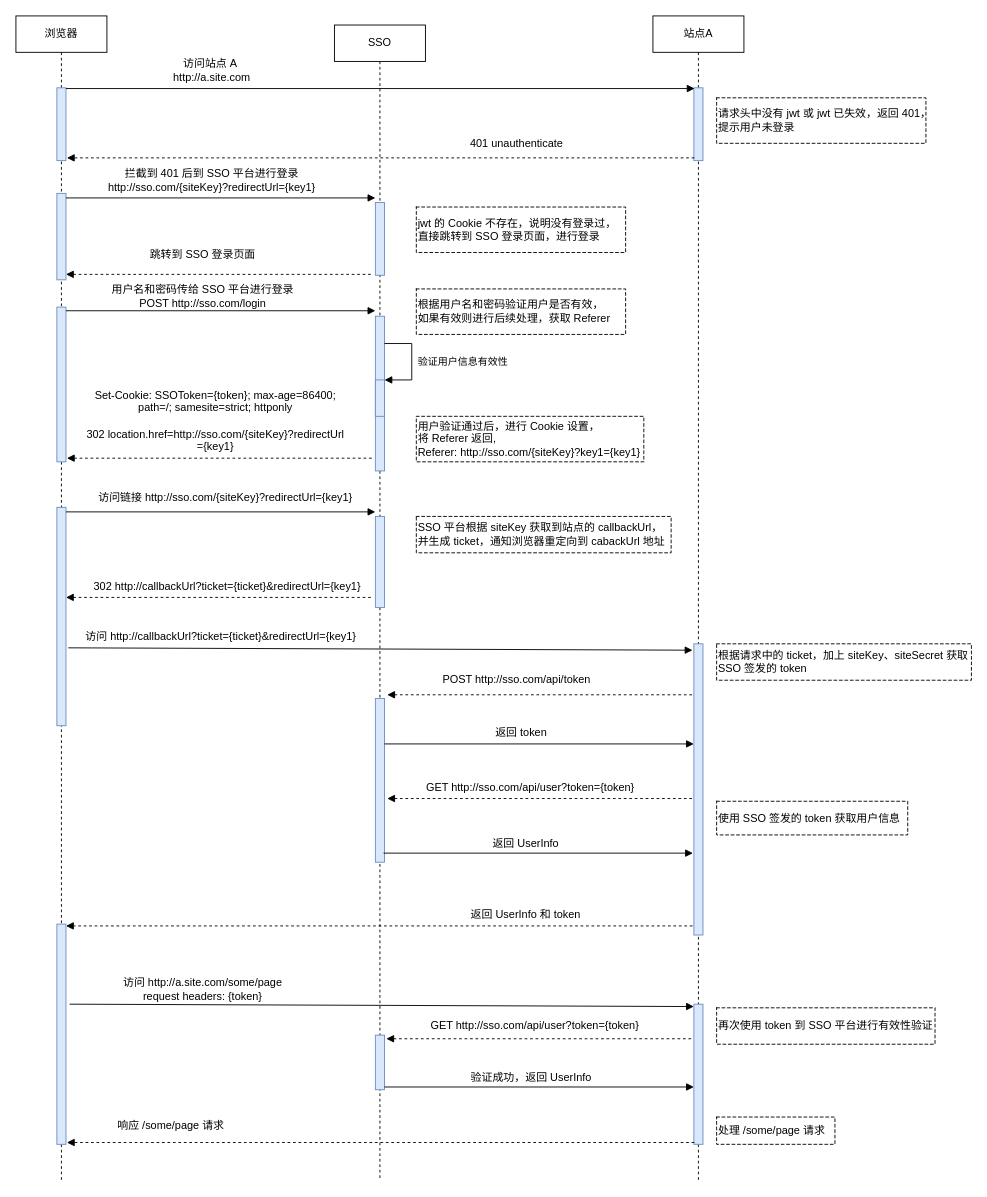
Earlier version of the draw.io diagram doc/单点登录时序图.drawio (Octoveau/sso-admin-service). Source tidied: cells renumbered, new cells numbered last; positions are measured from the earlier drawing's top-left corner, leaving out a move shared by most shapes. Both pictures are drawn from the tidied source at 91%, with x=0, y=0 at pixel (15, 15).
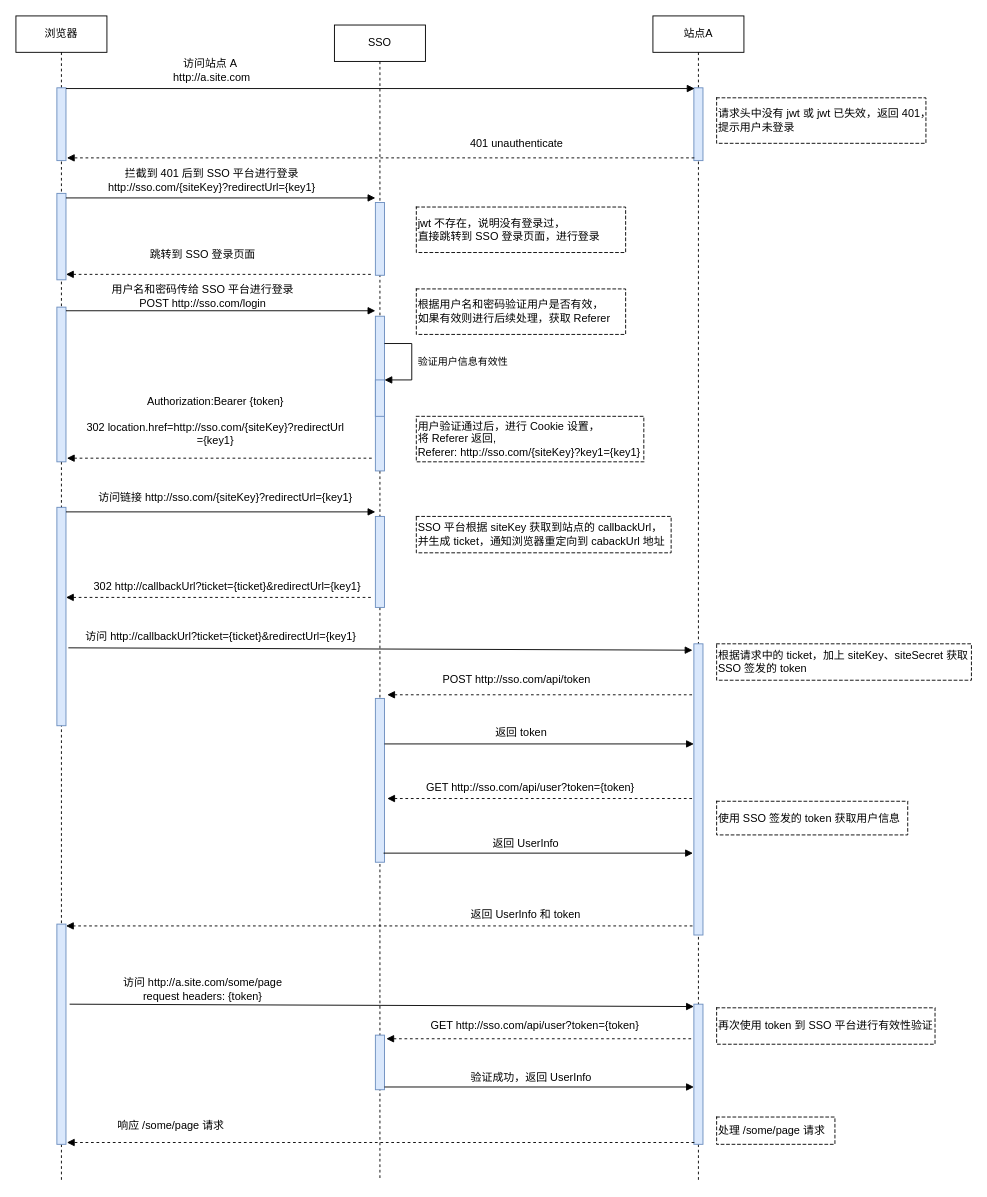
The same page after the edit.

The change refers to these unchanged cells:
```xml
<mxCell id="9" value="SSO" style="shape=umlLifeline;perimeter=lifelinePerimeter;whiteSpace=wrap;html=1;" parent="1" vertex="1">
  <mxGeometry x="350" y="10" width="100" height="1270" as="geometry" />
</mxCell>
```

Change to the diagram source:
```diff
@@
-    <mxCell id="17" value="Set-Cookie: SSOToken={token}; max-age=86400; &lt;br&gt;path=/; samesite=strict; httponly&lt;br&gt;&lt;br&gt;302 location.href=http://sso.com/{siteKey}?redirectUrl&lt;br&gt;={key1}" style="text;html=1;align=center;verticalAlign=middle;strokeColor=none;fillColor=none;" parent="9" vertex="1">
-      <mxGeometry x="-286" y="390" width="310" height="90" as="geometry" />
+    <mxCell id="17" value="&lt;span style=&quot;text-align: left;&quot;&gt;Authorization&lt;/span&gt;:&lt;span style=&quot;text-align: left;&quot;&gt;Bearer&amp;nbsp;&lt;/span&gt;{token}&lt;br&gt;&lt;br&gt;302 location.href=http://sso.com/{siteKey}?redirectUrl&lt;br&gt;={key1}" style="text;html=1;align=center;verticalAlign=middle;strokeColor=none;fillColor=none;" parent="9" vertex="1">
+      <mxGeometry x="-286" y="400" width="310" height="70" as="geometry" />
     </mxCell>
@@
-    <mxCell id="30" value="jwt 的 Cookie 不存在，说明没有登录过，&lt;br&gt;直接跳转到 SSO 登录页面，进行登录&amp;nbsp;" style="shape=partialRectangle;html=1;top=1;align=left;dashed=1;" parent="1" vertex="1">
+    <mxCell id="30" value="jwt 不存在，说明没有登录过，&lt;br&gt;直接跳转到 SSO 登录页面，进行登录&amp;nbsp;" style="shape=partialRectangle;html=1;top=1;align=left;dashed=1;" parent="1" vertex="1">
       <mxGeometry x="440" y="210" width="230" height="50" as="geometry" />
     </mxCell>
```
